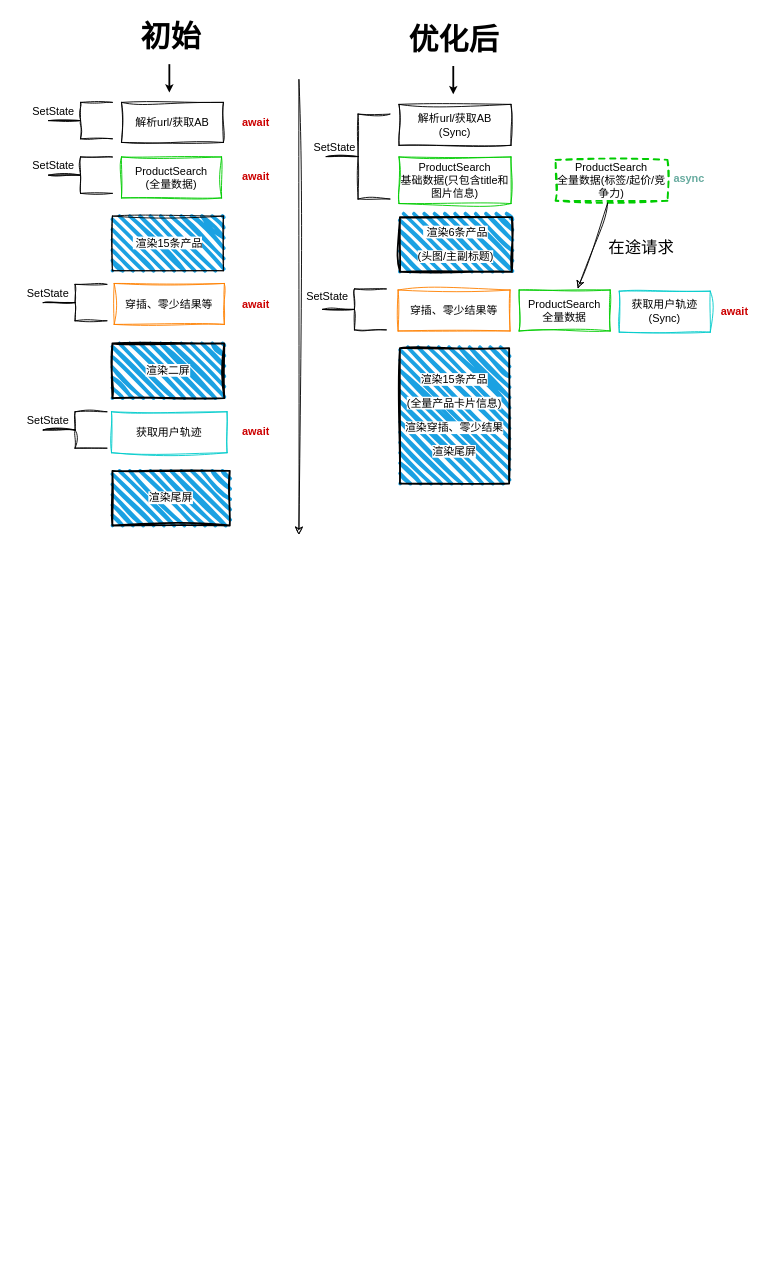
Above: page "简约版" (2 of 6) of performance/list优化.drawio in weixiaoH/free (draw.io), before the change. Source tidied: cells renumbered, new cells numbered last; positions are measured from the earlier drawing's top-left corner, leaving out a move shared by most shapes. Both pictures are drawn from the tidied source at 91%, with x=0, y=0 at pixel (15, 15).
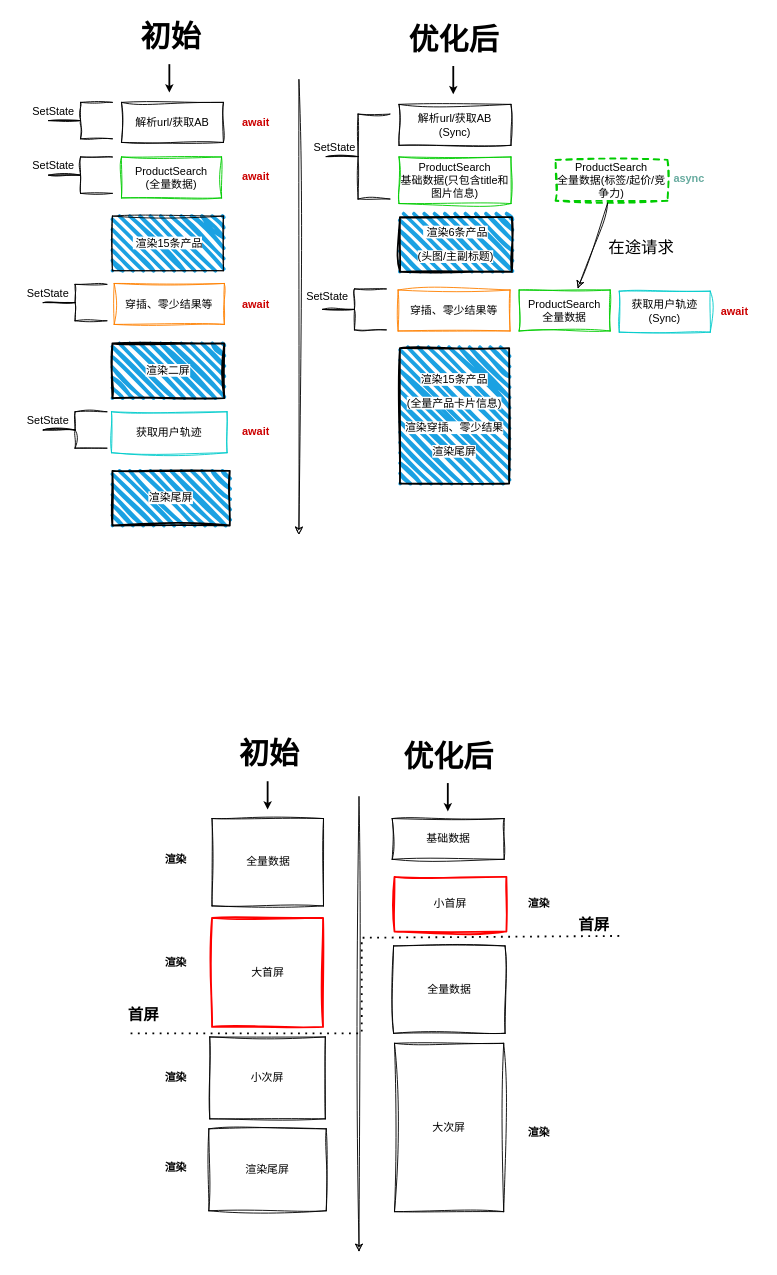
After the change.

Diff of the diagram source:
```diff
@@
+    <mxCell id="49" value="&lt;b&gt;&lt;font style=&quot;font-size: 33px;&quot;&gt;初始&lt;/font&gt;&lt;/b&gt;" style="text;html=1;align=center;verticalAlign=middle;strokeColor=none;fillColor=none;fontSize=20;fontFamily=Architects Daughter;fontColor=default;sketch=1;curveFitting=1;jiggle=2;rounded=0;" parent="1" vertex="1">
+      <mxGeometry x="233" y="788" width="90" height="50" as="geometry" />
+    </mxCell>
+    <mxCell id="50" value="&lt;span style=&quot;font-size: 33px;&quot;&gt;&lt;b&gt;优化后&lt;/b&gt;&lt;/span&gt;" style="text;html=1;align=center;verticalAlign=middle;strokeColor=none;fillColor=none;fontSize=20;fontFamily=Architects Daughter;fontColor=default;sketch=1;curveFitting=1;jiggle=2;rounded=0;" parent="1" vertex="1">
+      <mxGeometry x="415" y="791" width="120" height="50" as="geometry" />
+    </mxCell>
+    <mxCell id="51" style="endArrow=classic;html=1;sketch=0;hachureGap=4;jiggle=2;curveFitting=1;fontFamily=Architects Daughter;fontSize=16;startSize=6;endSize=3;strokeWidth=2;" parent="1" edge="1">
+      <mxGeometry relative="1" as="geometry">
+        <mxPoint x="276.6" y="841" as="sourcePoint" />
+        <mxPoint x="276.6" y="872.2" as="targetPoint" />
+      </mxGeometry>
+    </mxCell>
+    <mxCell id="52" value="&lt;font color=&quot;#000000&quot;&gt;渲染&lt;/font&gt;" style="text;html=1;strokeColor=none;fillColor=none;align=center;verticalAlign=middle;whiteSpace=wrap;overflow=hidden;fontSize=12;fontFamily=Helvetica;fontColor=#CC0000;fontStyle=1;labelBackgroundColor=none;rounded=0;sketch=1;curveFitting=1;jiggle=2;" parent="1" vertex="1">
+      <mxGeometry x="146" y="911" width="60" height="32.5" as="geometry" />
+    </mxCell>
+    <mxCell id="53" style="endArrow=classic;html=1;rounded=0;strokeWidth=1;sketch=1;curveFitting=1;jiggle=2;" parent="1" edge="1">
+      <mxGeometry relative="1" as="geometry">
+        <mxPoint x="377" y="858" as="sourcePoint" />
+        <mxPoint x="377" y="1358" as="targetPoint" />
+      </mxGeometry>
+    </mxCell>
+    <mxCell id="54" value="&lt;p style=&quot;line-height: 120%;&quot;&gt;&lt;span style=&quot;background-color: rgb(255, 255, 255);&quot;&gt;大首屏&lt;/span&gt;&lt;/p&gt;" style="rounded=0;whiteSpace=wrap;html=1;strokeWidth=2;fillWeight=4;hachureGap=8;hachureAngle=45;fillColor=none;sketch=1;curveFitting=1;jiggle=2;strokeColor=#FF0000;" parent="1" vertex="1">
+      <mxGeometry x="215.5" y="991.1" width="122" height="119.9" as="geometry" />
+    </mxCell>
+    <mxCell id="55" value="全量数据" style="rounded=0;absoluteArcSize=1;html=1;arcSize=10;whiteSpace=wrap;strokeColor=default;fillColor=inherit;fillWeight=4;hachureGap=8;hachureAngle=45;strokeWidth=1;fontFamily=Helvetica;fontSize=12;fontColor=default;sketch=1;curveFitting=1;jiggle=2;" parent="1" vertex="1">
+      <mxGeometry x="215.5" y="882" width="122.5" height="96" as="geometry" />
+    </mxCell>
+    <mxCell id="56" value="小次屏" style="rounded=0;absoluteArcSize=1;html=1;arcSize=10;whiteSpace=wrap;strokeColor=#000000;fillColor=inherit;fillWeight=4;hachureGap=8;hachureAngle=45;strokeWidth=1;fontFamily=Helvetica;fontSize=12;fontColor=default;shadow=0;glass=0;sketch=1;curveFitting=1;jiggle=2;" parent="1" vertex="1">
+      <mxGeometry x="213" y="1122" width="127" height="90" as="geometry" />
+    </mxCell>
+    <mxCell id="57" value="&lt;span style=&quot;background-color: rgb(255, 255, 255);&quot;&gt;渲染尾屏&lt;/span&gt;" style="rounded=0;whiteSpace=wrap;html=1;strokeWidth=1;fillWeight=4;hachureGap=8;hachureAngle=45;fillColor=none;sketch=1;curveFitting=1;jiggle=2;" parent="1" vertex="1">
+      <mxGeometry x="212" y="1223" width="129" height="90" as="geometry" />
+    </mxCell>
+    <mxCell id="58" value="&lt;p style=&quot;line-height: 120%;&quot;&gt;小首屏&lt;/p&gt;" style="rounded=0;whiteSpace=wrap;html=1;strokeWidth=2;fillWeight=4;hachureGap=8;hachureAngle=45;fillColor=none;sketch=1;curveFitting=1;jiggle=2;strokeColor=#FF0000;" parent="1" vertex="1">
+      <mxGeometry x="416" y="946.1" width="123" height="60" as="geometry" />
+    </mxCell>
+    <mxCell id="59" value="&lt;p style=&quot;line-height: 120%;&quot;&gt;大次屏&lt;/p&gt;" style="rounded=0;whiteSpace=wrap;html=1;strokeWidth=1;fillWeight=4;hachureGap=8;hachureAngle=45;fillColor=none;sketch=1;curveFitting=1;jiggle=2;" parent="1" vertex="1">
+      <mxGeometry x="416" y="1129" width="120" height="185" as="geometry" />
+    </mxCell>
+    <mxCell id="60" value="基础数据" style="rounded=0;absoluteArcSize=1;html=1;arcSize=10;whiteSpace=wrap;strokeColor=default;fillColor=inherit;fillWeight=4;hachureGap=8;hachureAngle=45;strokeWidth=1;fontFamily=Helvetica;fontSize=12;fontColor=default;sketch=1;curveFitting=1;jiggle=2;" parent="1" vertex="1">
+      <mxGeometry x="413.5" y="882" width="123" height="44.8" as="geometry" />
+    </mxCell>
+    <mxCell id="61" style="endArrow=classic;html=1;sketch=0;hachureGap=4;jiggle=2;curveFitting=1;fontFamily=Architects Daughter;fontSize=16;startSize=6;endSize=3;strokeWidth=2;" parent="1" edge="1">
+      <mxGeometry relative="1" as="geometry">
+        <mxPoint x="474.6" y="843" as="sourcePoint" />
+        <mxPoint x="474.6" y="874.2" as="targetPoint" />
+      </mxGeometry>
+    </mxCell>
+    <mxCell id="62" value="全量数据" style="rounded=0;absoluteArcSize=1;html=1;arcSize=10;whiteSpace=wrap;strokeColor=default;fillColor=inherit;fillWeight=4;hachureGap=8;hachureAngle=45;strokeWidth=1;fontFamily=Helvetica;fontSize=12;fontColor=default;sketch=1;curveFitting=1;jiggle=2;" parent="1" vertex="1">
+      <mxGeometry x="415" y="1022" width="122.5" height="96" as="geometry" />
+    </mxCell>
+    <mxCell id="63" style="endArrow=none;dashed=1;html=1;dashPattern=1 3;strokeWidth=2;rounded=0;fontSize=17;fontColor=#287DFA;" parent="1" edge="1">
+      <mxGeometry relative="1" as="geometry">
+        <mxPoint x="126" y="1118" as="sourcePoint" />
+        <mxPoint x="666" y="1011" as="targetPoint" />
+        <Array as="points">
+          <mxPoint x="380" y="1118" />
+          <mxPoint x="380" y="1013" />
+        </Array>
+      </mxGeometry>
+    </mxCell>
+    <mxCell id="64" value="&lt;font color=&quot;#000000&quot;&gt;渲染&lt;/font&gt;" style="text;html=1;strokeColor=none;fillColor=none;align=center;verticalAlign=middle;whiteSpace=wrap;overflow=hidden;fontSize=12;fontFamily=Helvetica;fontColor=#CC0000;fontStyle=1;labelBackgroundColor=none;rounded=0;sketch=1;curveFitting=1;jiggle=2;" parent="1" vertex="1">
+      <mxGeometry x="146" y="1150.8" width="60" height="32.5" as="geometry" />
+    </mxCell>
+    <mxCell id="65" value="&lt;font color=&quot;#000000&quot;&gt;渲染&lt;/font&gt;" style="text;html=1;strokeColor=none;fillColor=none;align=center;verticalAlign=middle;whiteSpace=wrap;overflow=hidden;fontSize=12;fontFamily=Helvetica;fontColor=#CC0000;fontStyle=1;labelBackgroundColor=none;rounded=0;sketch=1;curveFitting=1;jiggle=2;" parent="1" vertex="1">
+      <mxGeometry x="146" y="1250" width="60" height="32.5" as="geometry" />
+    </mxCell>
+    <mxCell id="66" value="&lt;font color=&quot;#000000&quot;&gt;渲染&lt;/font&gt;" style="text;html=1;strokeColor=none;fillColor=none;align=center;verticalAlign=middle;whiteSpace=wrap;overflow=hidden;fontSize=12;fontFamily=Helvetica;fontColor=#CC0000;fontStyle=1;labelBackgroundColor=none;rounded=0;sketch=1;curveFitting=1;jiggle=2;" parent="1" vertex="1">
+      <mxGeometry x="146" y="1025" width="60" height="32.5" as="geometry" />
+    </mxCell>
+    <mxCell id="67" value="&lt;font color=&quot;#000000&quot;&gt;渲染&lt;/font&gt;" style="text;html=1;strokeColor=none;fillColor=none;align=center;verticalAlign=middle;whiteSpace=wrap;overflow=hidden;fontSize=12;fontFamily=Helvetica;fontColor=#CC0000;fontStyle=1;labelBackgroundColor=none;rounded=0;sketch=1;curveFitting=1;jiggle=2;" parent="1" vertex="1">
+      <mxGeometry x="545" y="1211" width="60" height="32.5" as="geometry" />
+    </mxCell>
+    <mxCell id="68" value="&lt;font color=&quot;#000000&quot;&gt;&lt;b&gt;首屏&lt;/b&gt;&lt;/font&gt;" style="text;html=1;align=center;verticalAlign=middle;strokeColor=none;fillColor=none;fontSize=17;fontColor=#FF0000;" parent="1" vertex="1">
+      <mxGeometry x="113" y="1082" width="54" height="33" as="geometry" />
+    </mxCell>
+    <mxCell id="69" value="&lt;font color=&quot;#000000&quot;&gt;&lt;b&gt;首屏&lt;/b&gt;&lt;/font&gt;" style="text;html=1;align=center;verticalAlign=middle;strokeColor=none;fillColor=none;fontSize=17;fontColor=#FF0000;" parent="1" vertex="1">
+      <mxGeometry x="608" y="983" width="54" height="33" as="geometry" />
+    </mxCell>
+    <mxCell id="70" value="&lt;font color=&quot;#000000&quot;&gt;渲染&lt;/font&gt;" style="text;html=1;strokeColor=none;fillColor=none;align=center;verticalAlign=middle;whiteSpace=wrap;overflow=hidden;fontSize=12;fontFamily=Helvetica;fontColor=#CC0000;fontStyle=1;labelBackgroundColor=none;rounded=0;sketch=1;curveFitting=1;jiggle=2;" parent="1" vertex="1">
+      <mxGeometry x="545" y="959.9" width="60" height="32.5" as="geometry" />
+    </mxCell>
```
